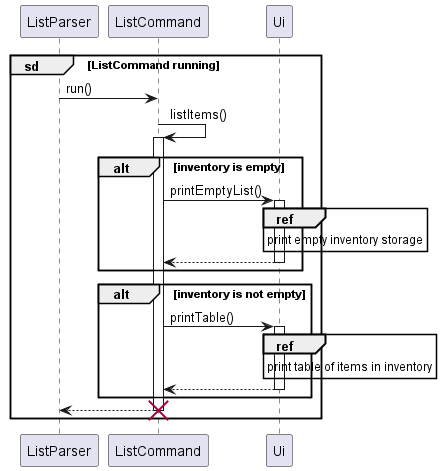
Before: docs/UML/List/ListCommand.png, a diagram exported from PlantUML (nus-cs2113-AY2223S2/tp).
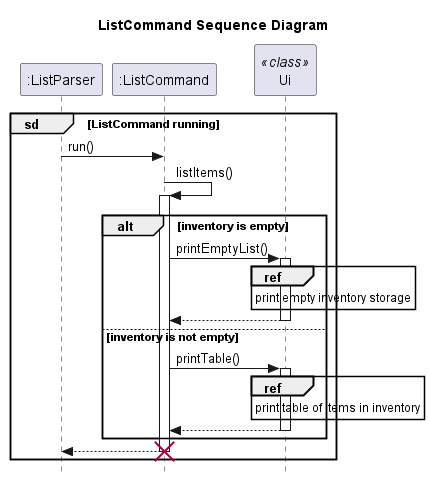
After the change.

What changed in the source:
```diff
@@ -1,29 +1,30 @@
 @startuml
+title ListCommand Sequence Diagram
 
-participant ListParser
+skinparam style strictuml
+participant ":ListParser"
 group sd [ListCommand running]
-        ListParser -> ListCommand: run()
-        ListCommand -> ListCommand: listItems()
-        activate ListCommand
-        participant Ui
+        ":ListParser" -> ":ListCommand": run()
+        ":ListCommand" -> ":ListCommand": listItems()
+        activate ":ListCommand"
+        participant "Ui" <<class>>
         alt inventory is empty
-            ListCommand -> Ui: printEmptyList()
+            ":ListCommand" -> Ui: printEmptyList()
             activate Ui
             ref over Ui
                 print empty inventory storage
             end ref
             return
-        end
-        alt inventory is not empty
-            ListCommand -> Ui: printTable()
+        else inventory is not empty
+            ":ListCommand" -> Ui: printTable()
             activate Ui
             ref over Ui
                 print table of items in inventory
             end ref
             return
        end
-       ListCommand --> ListParser
-       deactivate ListCommand
-       destroy ListCommand
+       ":ListCommand" --> ":ListParser"
+       deactivate ":ListCommand"
+       destroy ":ListCommand"
 end
 @enduml
```
